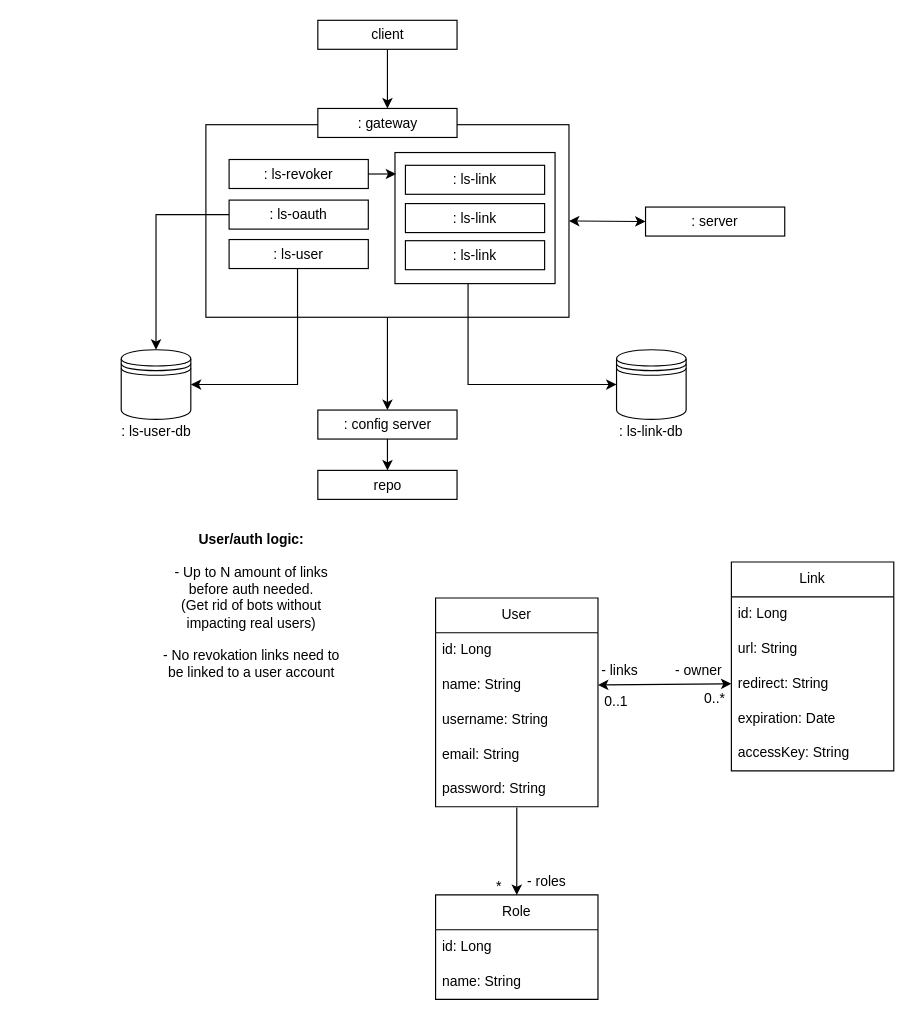
Before: page "domain_model" (1 of 2) of idea/idea.drawio in liamarguedas/pa-link-shortener, a draw.io diagram. Source tidied: cells renumbered, new cells numbered last; positions are measured from the earlier drawing's top-left corner, leaving out a move shared by most shapes. Both pictures are drawn from the tidied source at 116%, with x=0, y=0 at pixel (111, 20).
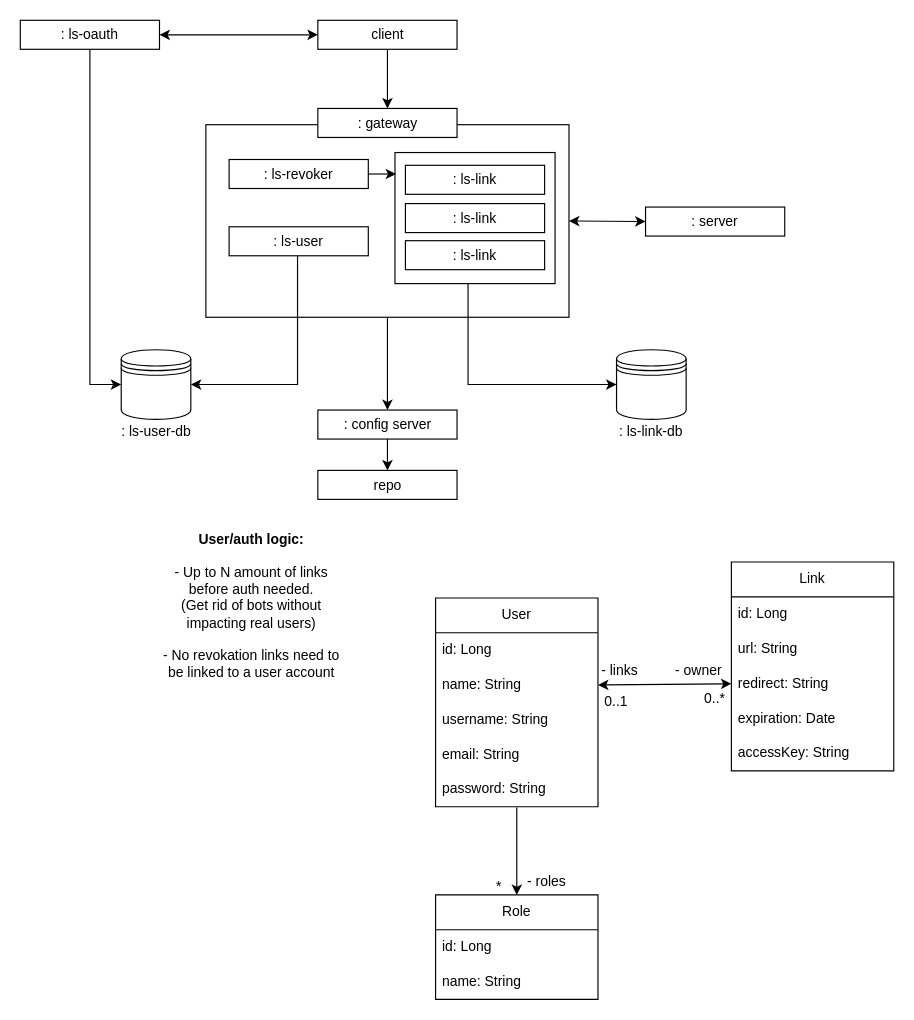
The same page after the edit.

The change refers to these unchanged cells:
```xml
<mxCell id="3" value="client" style="rounded=0;whiteSpace=wrap;html=1;" parent="1" vertex="1">
  <mxGeometry x="177.5" width="120" height="25" as="geometry" />
</mxCell>
<mxCell id="16" style="shape=datastore;whiteSpace=wrap;html=1;" parent="1" vertex="1">
  <mxGeometry x="8" y="284" width="60" height="60" as="geometry" />
</mxCell>
```

The edit, as a diff of the source:
```diff
@@
-    <mxCell id="7" style="edgeStyle=orthogonalEdgeStyle;rounded=0;jettySize=auto;html=1;exitX=0;exitY=0.5;exitDx=0;exitDy=0;entryX=0.5;entryY=0;entryDx=0;entryDy=0;" parent="1" edge="1" source="8" target="16">
+    <mxCell id="7" style="edgeStyle=orthogonalEdgeStyle;rounded=0;jettySize=auto;html=1;exitX=0.5;exitY=1;exitDx=0;exitDy=0;entryX=0;entryY=0.5;entryDx=0;entryDy=0;" parent="1" edge="1" source="8" target="16">
       <mxGeometry relative="1" as="geometry" />
     </mxCell>
     <mxCell id="8" value=": ls-oauth" style="rounded=0;whiteSpace=wrap;html=1;" parent="1" vertex="1">
-      <mxGeometry x="101" y="155" width="120" height="25" as="geometry" />
+      <mxGeometry x="-79" width="120" height="25" as="geometry" />
     </mxCell>
@@
     <mxCell id="10" value=": ls-user" style="rounded=0;whiteSpace=wrap;html=1;" parent="1" vertex="1">
-      <mxGeometry x="101" y="189" width="120" height="25" as="geometry" />
+      <mxGeometry x="101" y="178" width="120" height="25" as="geometry" />
     </mxCell>
@@
+    <mxCell id="52" style="endArrow=classic;startArrow=classic;html=1;rounded=0;exitX=1;exitY=0.5;exitDx=0;exitDy=0;entryX=0;entryY=0.5;entryDx=0;entryDy=0;" parent="1" edge="1" source="8" target="3">
+      <mxGeometry relative="1" as="geometry" />
+    </mxCell>
```
